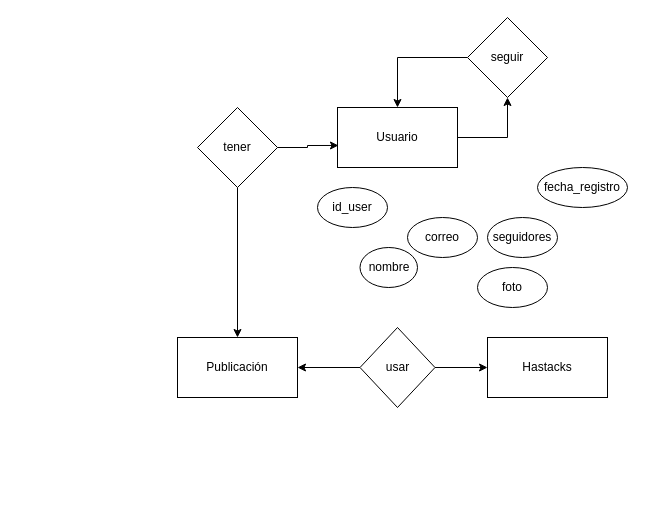
Earlier version of the draw.io diagram ej16.drawio (adriii28/amr-tsys-C3U12-11102023). Source tidied: cells renumbered, new cells numbered last; positions are measured from the earlier drawing's top-left corner, leaving out a move shared by most shapes. Both pictures are drawn from the tidied source at 100%, with x=0, y=0 at pixel (177, 17).
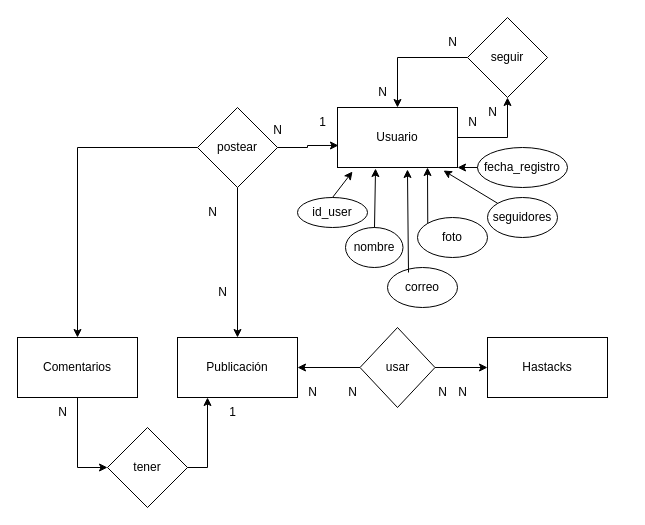
The same diagram, later.

Commit message:
Atributos y relaciones X

The change refers to these unchanged cells:
```xml
<mxCell id="3" value="&lt;div&gt;Usuario&lt;/div&gt;" style="rounded=0;whiteSpace=wrap;html=1;" parent="1" vertex="1">
  <mxGeometry x="160" y="90" width="120" height="60" as="geometry" />
</mxCell>
<mxCell id="4" value="Publicación" style="rounded=0;whiteSpace=wrap;html=1;" parent="1" vertex="1">
  <mxGeometry y="320" width="120" height="60" as="geometry" />
</mxCell>
```

The edit, as a diff of the source:
```diff
@@
+    <mxCell id="20" style="edgeStyle=orthogonalEdgeStyle;rounded=0;jettySize=auto;html=1;" parent="1" edge="1" source="9" target="36">
+      <mxGeometry relative="1" as="geometry" />
+    </mxCell>
-    <mxCell id="9" value="tener" style="rhombus;whiteSpace=wrap;html=1;" parent="1" vertex="1">
+    <mxCell id="9" value="postear" style="rhombus;whiteSpace=wrap;html=1;" parent="1" vertex="1">
       <mxGeometry x="20" y="90" width="80" height="80" as="geometry" />
     </mxCell>
@@
     <mxCell id="14" value="&lt;div&gt;id_user&lt;/div&gt;" style="ellipse;whiteSpace=wrap;html=1;" parent="1" vertex="1">
-      <mxGeometry x="140" y="170" width="70" height="40" as="geometry" />
+      <mxGeometry x="120" y="180" width="70" height="30" as="geometry" />
     </mxCell>
     <mxCell id="15" value="correo" style="ellipse;whiteSpace=wrap;html=1;" parent="1" vertex="1">
-      <mxGeometry x="230" y="200" width="70" height="40" as="geometry" />
+      <mxGeometry x="210" y="250" width="70" height="40" as="geometry" />
     </mxCell>
     <mxCell id="16" value="nombre" style="ellipse;whiteSpace=wrap;html=1;" parent="1" vertex="1">
-      <mxGeometry x="182.5" y="230" width="57.5" height="40" as="geometry" />
+      <mxGeometry x="168" y="210" width="57.5" height="40" as="geometry" />
     </mxCell>
     <mxCell id="17" value="seguidores" style="ellipse;whiteSpace=wrap;html=1;" parent="1" vertex="1">
-      <mxGeometry x="310" y="200" width="70" height="40" as="geometry" />
+      <mxGeometry x="310" y="180" width="70" height="40" as="geometry" />
     </mxCell>
     <mxCell id="18" value="foto" style="ellipse;whiteSpace=wrap;html=1;" parent="1" vertex="1">
-      <mxGeometry x="300" y="250" width="70" height="40" as="geometry" />
+      <mxGeometry x="240" y="200" width="70" height="40" as="geometry" />
     </mxCell>
     <mxCell id="19" value="fecha_registro" style="ellipse;whiteSpace=wrap;html=1;" parent="1" vertex="1">
-      <mxGeometry x="360" y="150" width="90" height="40" as="geometry" />
+      <mxGeometry x="300" y="130" width="90" height="40" as="geometry" />
     </mxCell>
+    <mxCell id="21" style="edgeStyle=none;rounded=0;jettySize=auto;html=1;entryX=0.125;entryY=1.067;entryDx=0;entryDy=0;exitX=0.5;exitY=0;exitDx=0;exitDy=0;entryPerimeter=0;" parent="1" edge="1" source="14" target="3">
+      <mxGeometry relative="1" as="geometry" />
+    </mxCell>
+    <mxCell id="22" style="edgeStyle=none;rounded=0;jettySize=auto;html=1;entryX=0.317;entryY=1.017;entryDx=0;entryDy=0;entryPerimeter=0;" parent="1" edge="1" source="16" target="3">
+      <mxGeometry relative="1" as="geometry" />
+    </mxCell>
+    <mxCell id="23" style="edgeStyle=none;rounded=0;jettySize=auto;html=1;entryX=0.583;entryY=1.033;entryDx=0;entryDy=0;exitX=0.3;exitY=0.125;exitDx=0;exitDy=0;entryPerimeter=0;exitPerimeter=0;" parent="1" edge="1" source="15" target="3">
+      <mxGeometry relative="1" as="geometry" />
+    </mxCell>
+    <mxCell id="24" style="edgeStyle=none;rounded=0;jettySize=auto;html=1;entryX=0.75;entryY=1;entryDx=0;entryDy=0;exitX=0;exitY=0;exitDx=0;exitDy=0;" parent="1" edge="1" source="18" target="3">
+      <mxGeometry relative="1" as="geometry" />
+    </mxCell>
+    <mxCell id="25" style="edgeStyle=none;rounded=0;jettySize=auto;html=1;entryX=0.883;entryY=1.05;entryDx=0;entryDy=0;exitX=0;exitY=0;exitDx=0;exitDy=0;entryPerimeter=0;" parent="1" edge="1" source="17" target="3">
+      <mxGeometry relative="1" as="geometry" />
+    </mxCell>
+    <mxCell id="26" style="edgeStyle=none;rounded=0;jettySize=auto;html=1;entryX=1;entryY=1;entryDx=0;entryDy=0;exitX=0;exitY=0.5;exitDx=0;exitDy=0;" parent="1" edge="1" source="19" target="3">
+      <mxGeometry relative="1" as="geometry" />
+    </mxCell>
+    <mxCell id="27" value="N" style="text;html=1;align=center;verticalAlign=middle;strokeColor=none;fillColor=none;" parent="1" vertex="1">
+      <mxGeometry x="120" y="360" width="30" height="30" as="geometry" />
+    </mxCell>
+    <mxCell id="28" value="N" style="text;html=1;align=center;verticalAlign=middle;strokeColor=none;fillColor=none;" parent="1" vertex="1">
+      <mxGeometry x="160" y="360" width="30" height="30" as="geometry" />
+    </mxCell>
+    <mxCell id="29" value="N" style="text;html=1;align=center;verticalAlign=middle;strokeColor=none;fillColor=none;" parent="1" vertex="1">
+      <mxGeometry x="250" y="360" width="30" height="30" as="geometry" />
+    </mxCell>
+    <mxCell id="30" value="N" style="text;html=1;align=center;verticalAlign=middle;strokeColor=none;fillColor=none;" parent="1" vertex="1">
+      <mxGeometry x="270" y="360" width="30" height="30" as="geometry" />
+    </mxCell>
+    <mxCell id="31" value="1" style="text;html=1;align=center;verticalAlign=middle;strokeColor=none;fillColor=none;" parent="1" vertex="1">
+      <mxGeometry x="130" y="90" width="30" height="30" as="geometry" />
+    </mxCell>
+    <mxCell id="32" value="N" style="text;html=1;align=center;verticalAlign=middle;strokeColor=none;fillColor=none;" parent="1" vertex="1">
+      <mxGeometry x="30" y="260" width="30" height="30" as="geometry" />
+    </mxCell>
+    <mxCell id="33" value="N" style="text;html=1;align=center;verticalAlign=middle;strokeColor=none;fillColor=none;" parent="1" vertex="1">
+      <mxGeometry x="20" y="180" width="30" height="30" as="geometry" />
+    </mxCell>
+    <mxCell id="34" value="N" style="text;html=1;align=center;verticalAlign=middle;strokeColor=none;fillColor=none;" parent="1" vertex="1">
+      <mxGeometry x="85" y="98" width="30" height="30" as="geometry" />
+    </mxCell>
+    <mxCell id="35" style="edgeStyle=orthogonalEdgeStyle;rounded=0;jettySize=auto;html=1;entryX=0;entryY=0.5;entryDx=0;entryDy=0;" parent="1" edge="1" source="36" target="37">
+      <mxGeometry relative="1" as="geometry" />
+    </mxCell>
+    <mxCell id="36" value="Comentarios" style="rounded=0;whiteSpace=wrap;html=1;" parent="1" vertex="1">
+      <mxGeometry x="-160" y="320" width="120" height="60" as="geometry" />
+    </mxCell>
+    <mxCell id="37" value="tener" style="rhombus;whiteSpace=wrap;html=1;" parent="1" vertex="1">
+      <mxGeometry x="-70" y="410" width="80" height="80" as="geometry" />
+    </mxCell>
+    <mxCell id="38" style="edgeStyle=orthogonalEdgeStyle;rounded=0;jettySize=auto;html=1;entryX=0.25;entryY=1;entryDx=0;entryDy=0;" parent="1" edge="1" source="37" target="4">
+      <mxGeometry relative="1" as="geometry">
+        <Array as="points">
+          <mxPoint x="30" y="450" />
+        </Array>
+      </mxGeometry>
+    </mxCell>
+    <mxCell id="39" value="&lt;div&gt;N&lt;/div&gt;" style="text;html=1;align=center;verticalAlign=middle;strokeColor=none;fillColor=none;" parent="1" vertex="1">
+      <mxGeometry x="190" y="60" width="30" height="30" as="geometry" />
+    </mxCell>
+    <mxCell id="40" value="N" style="text;html=1;align=center;verticalAlign=middle;strokeColor=none;fillColor=none;" parent="1" vertex="1">
+      <mxGeometry x="280" y="90" width="30" height="30" as="geometry" />
+    </mxCell>
+    <mxCell id="41" value="N" style="text;html=1;align=center;verticalAlign=middle;strokeColor=none;fillColor=none;" parent="1" vertex="1">
+      <mxGeometry x="300" y="80" width="30" height="30" as="geometry" />
+    </mxCell>
+    <mxCell id="42" value="N" style="text;html=1;align=center;verticalAlign=middle;strokeColor=none;fillColor=none;" parent="1" vertex="1">
+      <mxGeometry x="260" y="10" width="30" height="30" as="geometry" />
+    </mxCell>
+    <mxCell id="43" value="1" style="text;html=1;align=center;verticalAlign=middle;strokeColor=none;fillColor=none;" parent="1" vertex="1">
+      <mxGeometry x="40" y="380" width="30" height="30" as="geometry" />
+    </mxCell>
+    <mxCell id="44" value="N" style="text;html=1;align=center;verticalAlign=middle;strokeColor=none;fillColor=none;" parent="1" vertex="1">
+      <mxGeometry x="-130" y="380" width="30" height="30" as="geometry" />
+    </mxCell>
```
